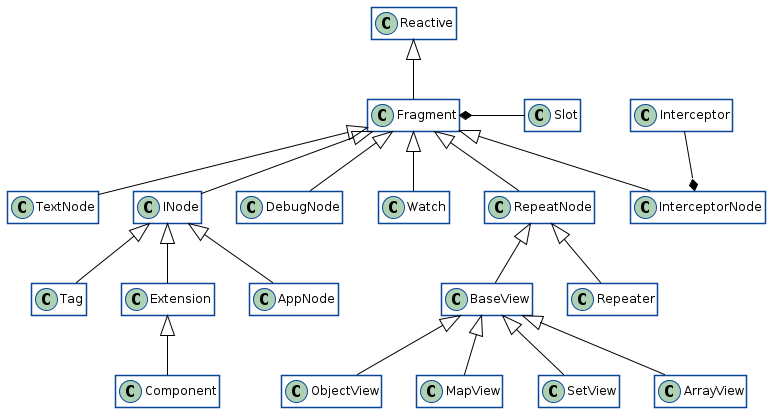
Before: img/nodes.png, a diagram exported from PlantUML (vasille-js/vasille-js).
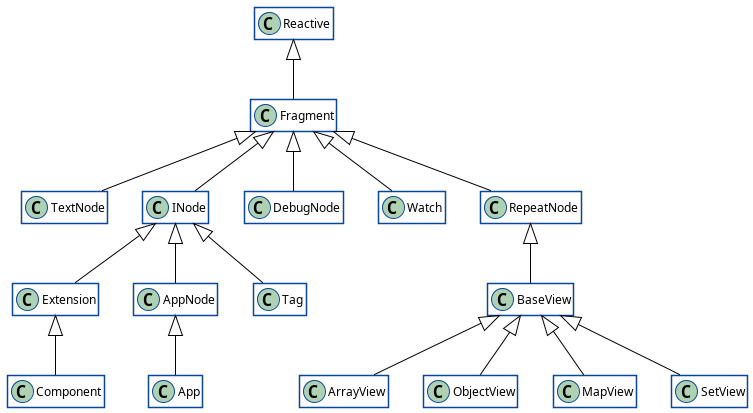
After the change.

Change to the diagram source:
```diff
@@ -7,7 +7,6 @@
 Fragment <|-- DebugNode
 Fragment <|-- Watch
 Fragment <|-- RepeatNode
-Fragment <|-- InterceptorNode
 
 INode <|-- Extension
 INode <|-- AppNode
@@ -15,7 +14,6 @@
 
 Extension <|-- Component
 
-RepeatNode <|-- Repeater
 RepeatNode <|-- BaseView
 
 BaseView <|-- ArrayView
@@ -23,8 +21,6 @@
 BaseView <|-- MapView
 BaseView <|-- SetView
 
-Fragment *- Slot
-Interceptor --* InterceptorNode
-Slot -[hidden]right- Interceptor
+AppNode <|-- App
 
 @enduml
```
